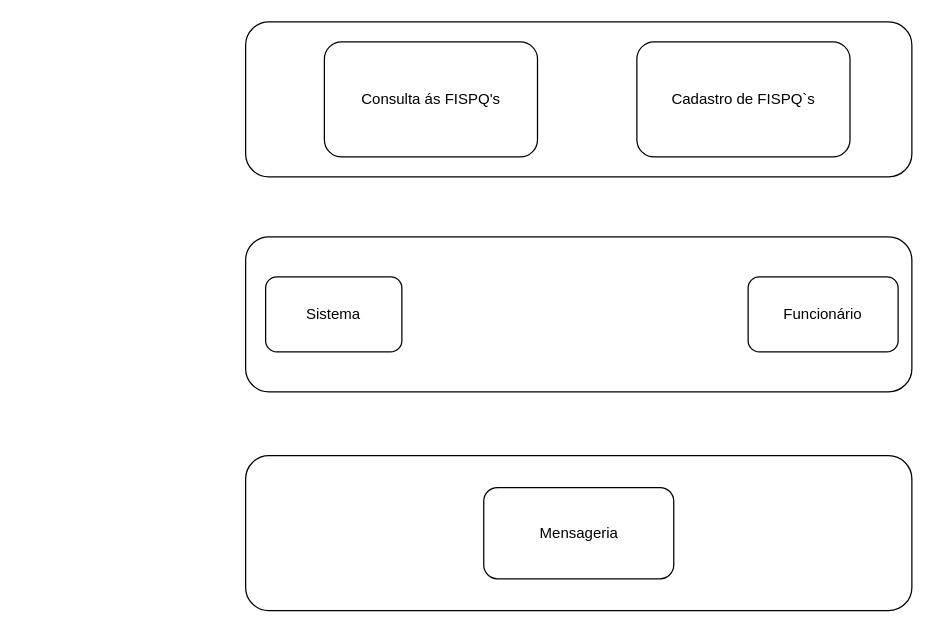
Earlier version of the draw.io diagram page "Página-1" (1 of 2) of Imagens/a.drawio (gb-cs-rt/stoc_fispq). Source tidied: cells renumbered, new cells numbered last; positions are measured from the earlier drawing's top-left corner, leaving out a move shared by most shapes. Both pictures are drawn from the tidied source at 125%, with x=0, y=0 at pixel (245, 21).
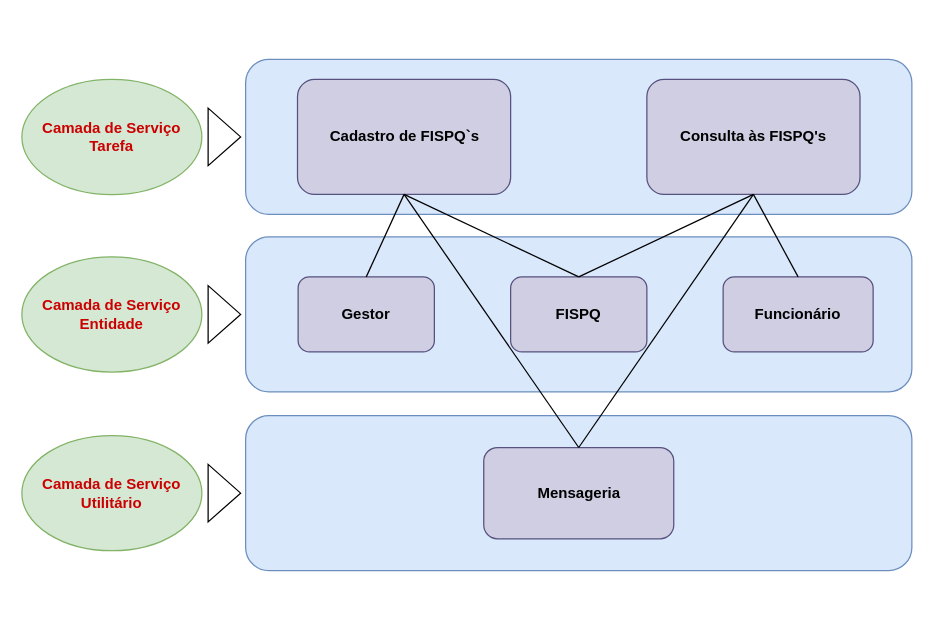
The same diagram, later.

The edit, as a diff of the source:
```diff
@@
-    <mxCell id="2" style="rounded=1;whiteSpace=wrap;html=1;" parent="1" vertex="1">
-      <mxGeometry width="533" height="124" as="geometry" />
+    <mxCell id="2" style="rounded=1;whiteSpace=wrap;html=1;fillColor=#dae8fc;strokeColor=#6c8ebf;" parent="1" vertex="1">
+      <mxGeometry y="30" width="533" height="124" as="geometry" />
     </mxCell>
-    <mxCell id="3" value="Consulta ás FISPQ's" style="rounded=1;whiteSpace=wrap;html=1;" parent="1" vertex="1">
-      <mxGeometry x="63" y="16" width="170.5" height="92" as="geometry" />
+    <mxCell id="3" value="&lt;b&gt;Consulta às FISPQ's&lt;/b&gt;" style="rounded=1;whiteSpace=wrap;html=1;fillColor=#d0cee2;strokeColor=#56517e;" parent="1" vertex="1">
+      <mxGeometry x="321" y="46" width="170.5" height="92" as="geometry" />
     </mxCell>
-    <mxCell id="4" style="rounded=1;whiteSpace=wrap;html=1;" parent="1" vertex="1">
+    <mxCell id="4" style="rounded=1;whiteSpace=wrap;html=1;fillColor=#dae8fc;strokeColor=#6c8ebf;" parent="1" vertex="1">
       <mxGeometry y="172" width="533" height="124" as="geometry" />
     </mxCell>
-    <mxCell id="5" value="Sistema" style="rounded=1;whiteSpace=wrap;html=1;" parent="1" vertex="1">
-      <mxGeometry x="16" y="204" width="109" height="60" as="geometry" />
+    <mxCell id="5" value="&lt;b&gt;Gestor&lt;/b&gt;" style="rounded=1;whiteSpace=wrap;html=1;fillColor=#d0cee2;strokeColor=#56517e;" parent="1" vertex="1">
+      <mxGeometry x="42" y="204" width="109" height="60" as="geometry" />
     </mxCell>
-    <mxCell id="6" value="Funcionário" style="rounded=1;whiteSpace=wrap;html=1;" parent="1" vertex="1">
-      <mxGeometry x="402" y="204" width="120" height="60" as="geometry" />
+    <mxCell id="6" value="&lt;b&gt;Funcionário&lt;/b&gt;" style="rounded=1;whiteSpace=wrap;html=1;fillColor=#d0cee2;strokeColor=#56517e;" parent="1" vertex="1">
+      <mxGeometry x="382" y="204" width="120" height="60" as="geometry" />
     </mxCell>
-    <mxCell id="7" style="rounded=1;whiteSpace=wrap;html=1;" parent="1" vertex="1">
-      <mxGeometry y="347" width="533" height="124" as="geometry" />
+    <mxCell id="7" style="rounded=1;whiteSpace=wrap;html=1;fillColor=#dae8fc;strokeColor=#6c8ebf;" parent="1" vertex="1">
+      <mxGeometry y="315" width="533" height="124" as="geometry" />
     </mxCell>
-    <mxCell id="8" value="Mensageria" style="rounded=1;whiteSpace=wrap;html=1;" parent="1" vertex="1">
-      <mxGeometry x="190.5" y="372.5" width="152" height="73" as="geometry" />
+    <mxCell id="8" value="&lt;b&gt;Mensageria&lt;/b&gt;" style="rounded=1;whiteSpace=wrap;html=1;fillColor=#d0cee2;strokeColor=#56517e;" parent="1" vertex="1">
+      <mxGeometry x="190.5" y="340.5" width="152" height="73" as="geometry" />
     </mxCell>
-    <mxCell id="9" value="Cadastro de FISPQ`s" style="rounded=1;whiteSpace=wrap;html=1;" parent="1" vertex="1">
-      <mxGeometry x="313" y="16" width="170.5" height="92" as="geometry" />
+    <mxCell id="9" value="&lt;b&gt;Cadastro de FISPQ`s&lt;/b&gt;" style="rounded=1;whiteSpace=wrap;html=1;fillColor=#d0cee2;strokeColor=#56517e;" parent="1" vertex="1">
+      <mxGeometry x="41.5" y="46" width="170.5" height="92" as="geometry" />
     </mxCell>
+    <mxCell id="10" value="&lt;b&gt;FISPQ&lt;/b&gt;" style="rounded=1;whiteSpace=wrap;html=1;fillColor=#d0cee2;strokeColor=#56517e;" parent="1" vertex="1">
+      <mxGeometry x="212" y="204" width="109" height="60" as="geometry" />
+    </mxCell>
+    <mxCell id="11" style="endArrow=none;html=1;rounded=0;entryX=0.5;entryY=1;entryDx=0;entryDy=0;exitX=0.5;exitY=0;exitDx=0;exitDy=0;" parent="1" edge="1" source="6" target="3">
+      <mxGeometry relative="1" as="geometry" />
+    </mxCell>
+    <mxCell id="12" style="endArrow=none;html=1;rounded=0;entryX=0.5;entryY=1;entryDx=0;entryDy=0;exitX=0.5;exitY=0;exitDx=0;exitDy=0;" parent="1" edge="1" source="10" target="3">
+      <mxGeometry relative="1" as="geometry" />
+    </mxCell>
+    <mxCell id="13" style="endArrow=none;html=1;rounded=0;entryX=0.5;entryY=1;entryDx=0;entryDy=0;exitX=0.5;exitY=0;exitDx=0;exitDy=0;" parent="1" edge="1" source="5" target="9">
+      <mxGeometry relative="1" as="geometry" />
+    </mxCell>
+    <mxCell id="14" style="endArrow=none;html=1;rounded=0;entryX=0.5;entryY=1;entryDx=0;entryDy=0;exitX=0.5;exitY=0;exitDx=0;exitDy=0;" parent="1" edge="1" source="10" target="9">
+      <mxGeometry relative="1" as="geometry" />
+    </mxCell>
+    <mxCell id="15" style="endArrow=none;html=1;rounded=0;entryX=0.5;entryY=1;entryDx=0;entryDy=0;exitX=0.5;exitY=0;exitDx=0;exitDy=0;" parent="1" edge="1" source="8" target="9">
+      <mxGeometry relative="1" as="geometry" />
+    </mxCell>
+    <mxCell id="16" style="endArrow=none;html=1;rounded=0;entryX=0.5;entryY=1;entryDx=0;entryDy=0;exitX=0.5;exitY=0;exitDx=0;exitDy=0;" parent="1" edge="1" source="8" target="3">
+      <mxGeometry relative="1" as="geometry" />
+    </mxCell>
+    <mxCell id="17" value="&lt;b&gt;&lt;font style=&quot;color: rgb(204, 0, 0);&quot;&gt;Camada de Serviço&lt;/font&gt;&lt;/b&gt;&lt;div&gt;&lt;b&gt;&lt;font style=&quot;color: rgb(204, 0, 0);&quot;&gt;Tarefa&lt;/font&gt;&lt;/b&gt;&lt;/div&gt;" style="ellipse;whiteSpace=wrap;html=1;fillColor=#d5e8d4;strokeColor=#82b366;" parent="1" vertex="1">
+      <mxGeometry x="-179" y="46" width="144" height="92.2" as="geometry" />
+    </mxCell>
+    <mxCell id="18" value="&lt;b&gt;&lt;font style=&quot;color: rgb(204, 0, 0);&quot;&gt;Camada de Serviço&lt;/font&gt;&lt;/b&gt;&lt;div&gt;&lt;b&gt;&lt;font style=&quot;color: rgb(204, 0, 0);&quot;&gt;Entidade&lt;/font&gt;&lt;/b&gt;&lt;/div&gt;" style="ellipse;whiteSpace=wrap;html=1;fillColor=#d5e8d4;strokeColor=#82b366;" parent="1" vertex="1">
+      <mxGeometry x="-179" y="187.9" width="144" height="92.2" as="geometry" />
+    </mxCell>
+    <mxCell id="19" value="&lt;b&gt;&lt;font style=&quot;color: rgb(204, 0, 0);&quot;&gt;Camada de Serviço&lt;/font&gt;&lt;/b&gt;&lt;div&gt;&lt;b&gt;&lt;font style=&quot;color: rgb(204, 0, 0);&quot;&gt;Utilitário&lt;/font&gt;&lt;/b&gt;&lt;/div&gt;" style="ellipse;whiteSpace=wrap;html=1;fillColor=#d5e8d4;strokeColor=#82b366;" parent="1" vertex="1">
+      <mxGeometry x="-179" y="330.9" width="144" height="92.2" as="geometry" />
+    </mxCell>
+    <mxCell id="20" style="triangle;whiteSpace=wrap;html=1;" parent="1" vertex="1">
+      <mxGeometry x="-30" y="69" width="26" height="46" as="geometry" />
+    </mxCell>
+    <mxCell id="21" style="triangle;whiteSpace=wrap;html=1;" parent="1" vertex="1">
+      <mxGeometry x="-30" y="211" width="26" height="46" as="geometry" />
+    </mxCell>
+    <mxCell id="22" style="triangle;whiteSpace=wrap;html=1;" parent="1" vertex="1">
+      <mxGeometry x="-30" y="354" width="26" height="46" as="geometry" />
+    </mxCell>
```
